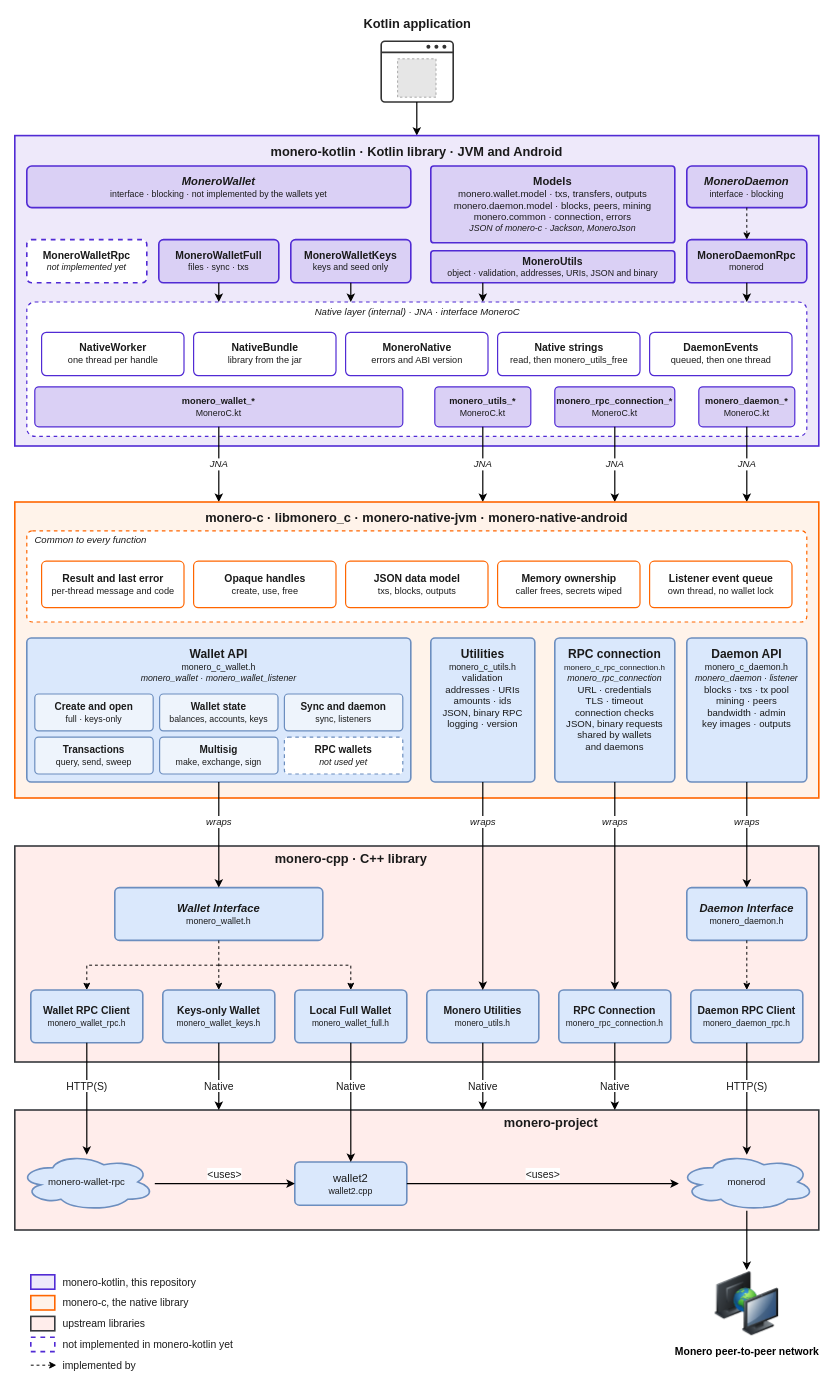
everoddandeven/monero-kotlin keeps this draw.io diagram as docs/architecture.drawio. Above is the earlier version. Source tidied: cells renumbered, new cells numbered last; positions are measured from the earlier drawing's top-left corner, leaving out a move shared by most shapes. Both pictures are drawn from the tidied source at 80%, with x=0, y=0 at pixel (14, 14). Pictures stored in the file or linked from it are replaced by grey dashed boxes.
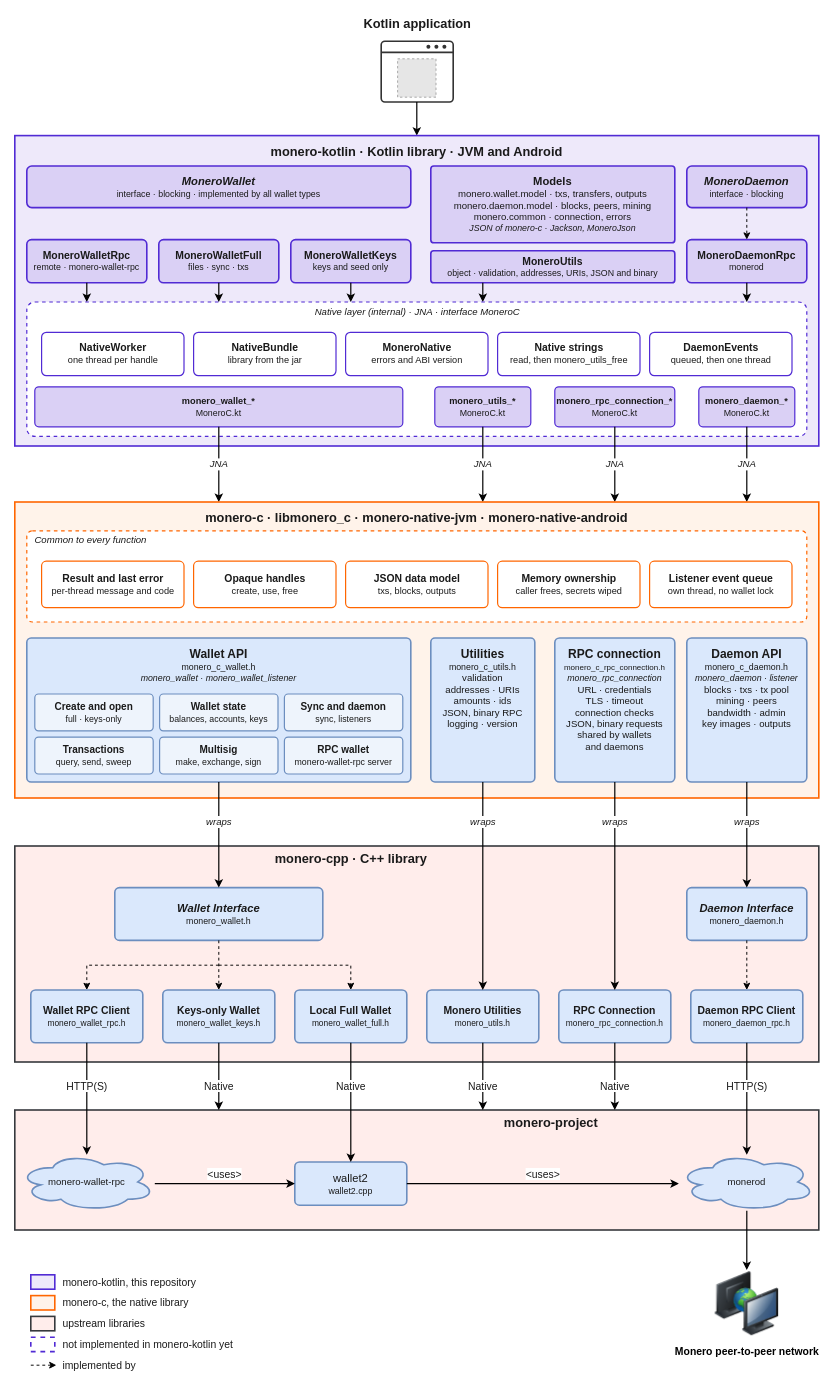
The same diagram, later.

What changed in the source:
```diff
@@
-    <mxCell id="11" value="&lt;span style=&quot;font-size:14px;font-weight:bold;font-style:italic;&quot;&gt;MoneroWallet&lt;/span&gt;&lt;br&gt;&lt;span style=&quot;font-size:11px;&quot;&gt;interface · blocking · not implemented by the wallets yet&lt;/span&gt;" style="html=1;whiteSpace=wrap;fontFamily=Avenir;fontColor=#1a1a1a;rounded=1;arcSize=12;fillColor=#DAD0F5;strokeColor=#512BD4;strokeWidth=2;" parent="1" vertex="1">
+    <mxCell id="11" value="&lt;span style=&quot;font-size:14px;font-weight:bold;font-style:italic;&quot;&gt;MoneroWallet&lt;/span&gt;&lt;br&gt;&lt;span style=&quot;font-size:11px;&quot;&gt;interface · blocking · implemented by all wallet types&lt;/span&gt;" style="html=1;whiteSpace=wrap;fontFamily=Avenir;fontColor=#1a1a1a;rounded=1;arcSize=12;fillColor=#DAD0F5;strokeColor=#512BD4;strokeWidth=2;" parent="1" vertex="1">
       <mxGeometry x="15" y="190" width="480" height="52" as="geometry" />
     </mxCell>
@@
-    <mxCell id="13" value="&lt;span style=&quot;font-size:13px;font-weight:bold;&quot;&gt;MoneroWalletRpc&lt;/span&gt;&lt;br&gt;&lt;span style=&quot;font-size:11px;font-style:italic;&quot;&gt;not implemented yet&lt;/span&gt;" style="html=1;whiteSpace=wrap;fontFamily=Avenir;fontColor=#1a1a1a;rounded=1;arcSize=11;fillColor=#ffffff;strokeColor=#512BD4;strokeWidth=2;dashed=1;" parent="1" vertex="1">
+    <mxCell id="13" value="&lt;span style=&quot;font-size:13px;font-weight:bold;&quot;&gt;MoneroWalletRpc&lt;/span&gt;&lt;br&gt;&lt;span style=&quot;font-size:11px;&quot;&gt;remote · monero-wallet-rpc&lt;/span&gt;" style="html=1;whiteSpace=wrap;fontFamily=Avenir;fontColor=#1a1a1a;rounded=1;arcSize=11;fillColor=#DAD0F5;strokeColor=#512BD4;strokeWidth=2;" parent="1" vertex="1">
       <mxGeometry x="15" y="282" width="150" height="54" as="geometry" />
     </mxCell>
@@
+    <mxCell id="117" style="html=1;endArrow=classic;endFill=1;edgeStyle=none;rounded=0;strokeWidth=1.5;strokeColor=#000000;" parent="1" edge="1">
+      <mxGeometry relative="1" as="geometry">
+        <mxPoint x="90" y="336" as="sourcePoint" />
+        <mxPoint x="90" y="360" as="targetPoint" />
+      </mxGeometry>
+    </mxCell>
@@
-    <mxCell id="57" value="&lt;span style=&quot;font-size:12.5px;font-weight:bold;&quot;&gt;RPC wallets&lt;/span&gt;&lt;br&gt;&lt;span style=&quot;font-size:11px;font-style:italic;&quot;&gt;not used yet&lt;/span&gt;" style="html=1;whiteSpace=wrap;fontFamily=Avenir;fontColor=#1a1a1a;rounded=1;arcSize=10;fillColor=#ffffff;strokeColor=#6c8ebf;strokeWidth=1.5;dashed=1;" parent="1" vertex="1">
+    <mxCell id="57" value="&lt;span style=&quot;font-size:12.5px;font-weight:bold;&quot;&gt;RPC wallet&lt;/span&gt;&lt;br&gt;&lt;span style=&quot;font-size:11px;&quot;&gt;monero-wallet-rpc server&lt;/span&gt;" style="html=1;whiteSpace=wrap;fontFamily=Avenir;fontColor=#1a1a1a;rounded=1;arcSize=10;fillColor=#EEF4FC;strokeColor=#6c8ebf;strokeWidth=1.5;" parent="1" vertex="1">
       <mxGeometry x="337" y="904" width="148" height="46" as="geometry" />
     </mxCell>
```
